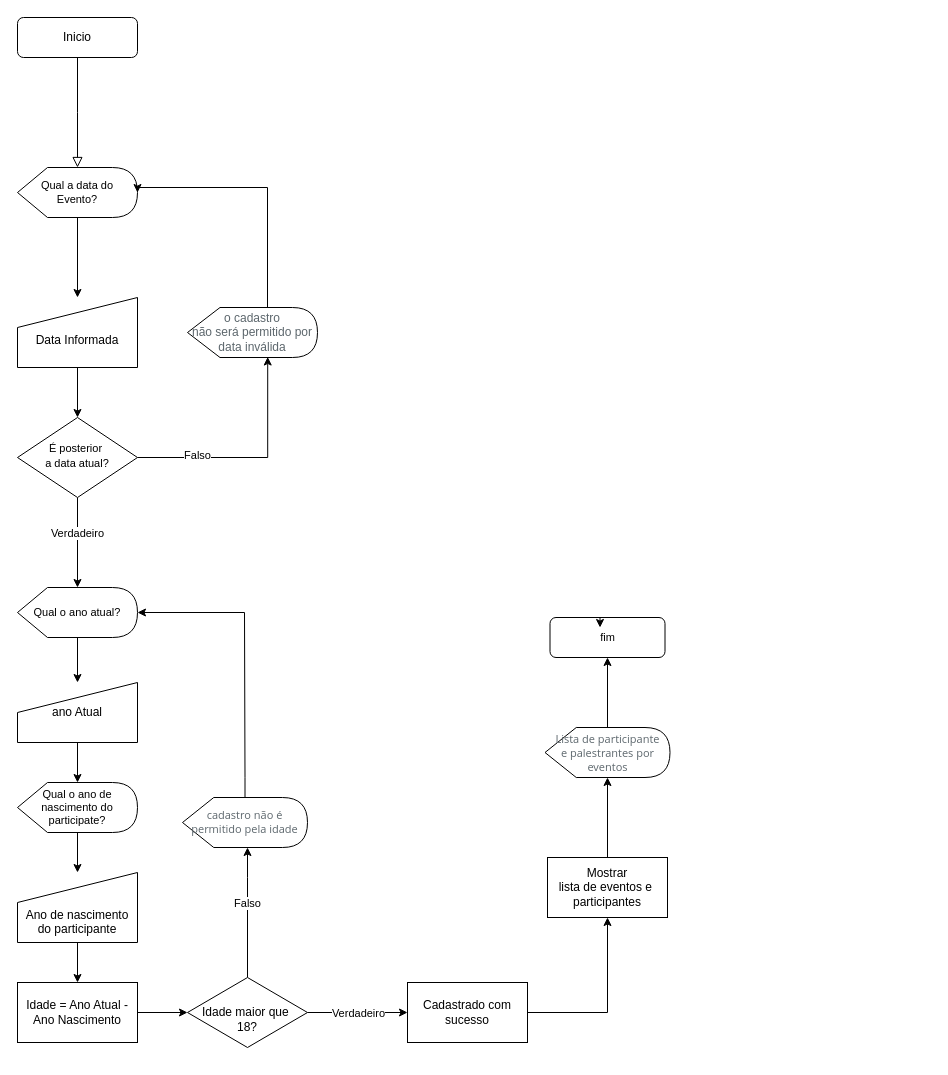
This is Untitled Diagram.drawio from thiagobz/UC8_SistemaDeCadastroDeEvento, a draw.io file, before an edit. Source tidied: cells renumbered, new cells numbered last; positions are measured from the earlier drawing's top-left corner, leaving out a move shared by most shapes. Both pictures are drawn from the tidied source at 100%, with x=0, y=0 at pixel (17, 17).
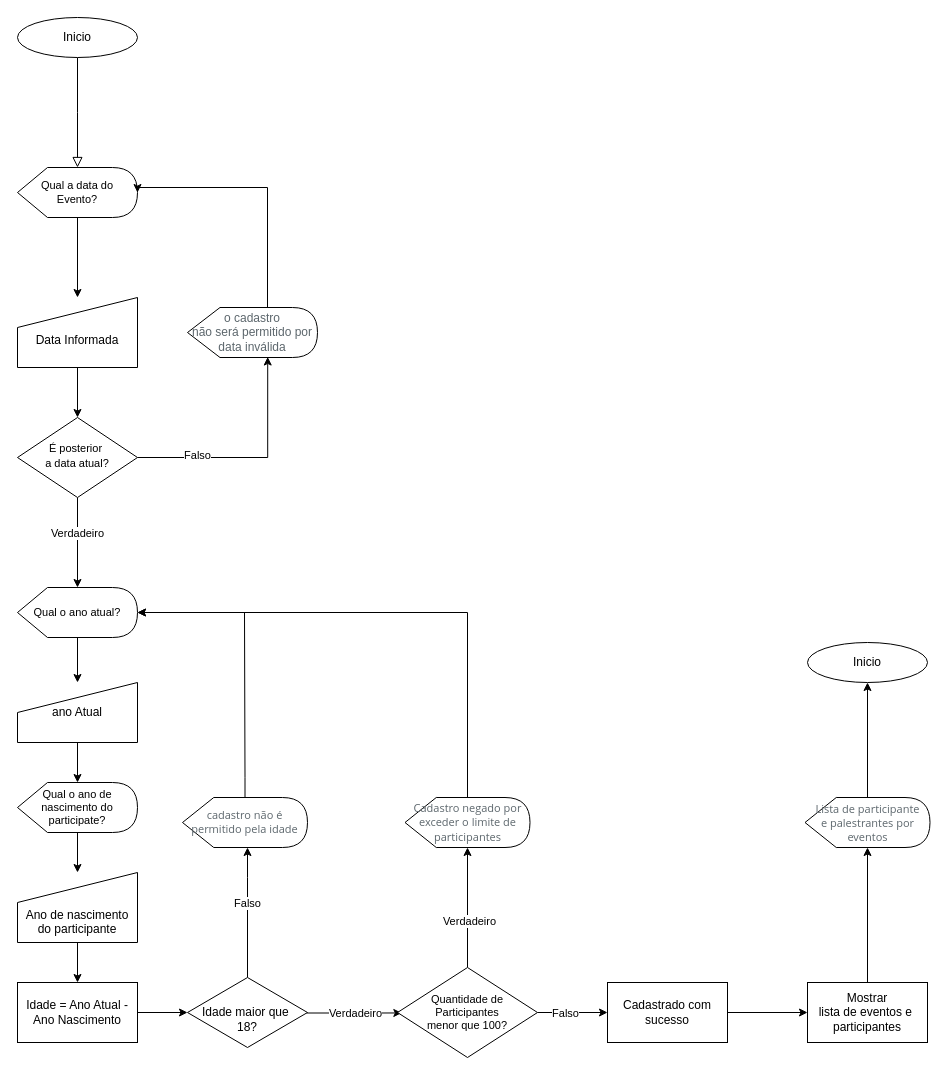
Above is the later version.

Commit message:
Adição da condição de números de participantes

Unchanged cells that the change refers to:
```xml
<mxCell id="18" value="Qual o ano atual?" style="shape=display;whiteSpace=wrap;html=1;fontFamily=Helvetica;fontSize=11;fontColor=rgb(0, 0, 0);align=center;strokeColor=rgb(0, 0, 0);fillColor=rgb(255, 255, 255);" parent="1" vertex="1">
  <mxGeometry y="570" width="120" height="50" as="geometry" />
</mxCell>
<mxCell id="29" value="&lt;br&gt;Idade maior que&amp;nbsp;&lt;br&gt;18?" style="rhombus;whiteSpace=wrap;html=1;" parent="1" vertex="1">
  <mxGeometry x="170" y="960" width="120" height="70" as="geometry" />
</mxCell>
```

Diff of the diagram source:
```diff
@@
-    <mxCell id="3" value="Inicio" style="rounded=1;whiteSpace=wrap;html=1;fontSize=12;glass=0;strokeWidth=1;shadow=0;" parent="1" vertex="1">
+    <mxCell id="3" value="Inicio" style="ellipse;whiteSpace=wrap;html=1;shadow=0;fontFamily=Helvetica;fontSize=12;fontColor=rgb(0, 0, 0);align=center;strokeColor=rgb(0, 0, 0);strokeWidth=1;fillColor=rgb(255, 255, 255);" parent="1" vertex="1">
       <mxGeometry width="120" height="40" as="geometry" />
     </mxCell>
@@
-    <mxCell id="11" value="fim" style="rounded=1;whiteSpace=wrap;html=1;fontSize=11;" parent="1" vertex="1">
-      <mxGeometry x="532.5" y="600" width="115" height="40" as="geometry" />
-    </mxCell>
-    <mxCell id="12" style="edgeStyle=orthogonalEdgeStyle;rounded=0;orthogonalLoop=1;jettySize=auto;html=1;exitX=0.5;exitY=0;exitDx=0;exitDy=0;entryX=0.435;entryY=0.25;entryDx=0;entryDy=0;entryPerimeter=0;fontSize=12;" parent="1" edge="1" source="11" target="11">
-      <mxGeometry relative="1" as="geometry" />
-    </mxCell>
@@
-    <mxCell id="25" style="edgeStyle=orthogonalEdgeStyle;rounded=0;jettySize=auto;html=1;labelBorderColor=none;fontFamily=Helvetica;fontSize=12;" parent="1" edge="1" source="29" target="33">
-      <mxGeometry relative="1" as="geometry" />
+    <mxCell id="25" style="edgeStyle=orthogonalEdgeStyle;rounded=0;jettySize=auto;html=1;labelBorderColor=none;fontFamily=Helvetica;fontSize=12;entryX=0.031;entryY=0.505;entryDx=0;entryDy=0;entryPerimeter=0;" parent="1" edge="1" source="29" target="45">
+      <mxGeometry relative="1" as="geometry">
+        <Array as="points">
+          <mxPoint x="360" y="995" />
+        </Array>
+      </mxGeometry>
     </mxCell>
@@
-    <mxCell id="32" style="edgeStyle=orthogonalEdgeStyle;rounded=0;jettySize=auto;html=1;labelBorderColor=none;fontFamily=Helvetica;fontSize=11;entryX=0.5;entryY=1;entryDx=0;entryDy=0;" parent="1" edge="1" source="33" target="39">
+    <mxCell id="32" style="edgeStyle=orthogonalEdgeStyle;rounded=0;jettySize=auto;html=1;labelBorderColor=none;fontFamily=Helvetica;fontSize=11;entryX=0;entryY=0.5;entryDx=0;entryDy=0;" parent="1" edge="1" source="33" target="39">
       <mxGeometry relative="1" as="geometry">
         <Array as="points">
-          <mxPoint x="590" y="995" />
+          <mxPoint x="680" y="995" />
         </Array>
       </mxGeometry>
     </mxCell>
     <mxCell id="33" value="Cadastrado com&lt;br&gt;sucesso" style="whiteSpace=wrap;html=1;" parent="1" vertex="1">
-      <mxGeometry x="390" y="965" width="120" height="60" as="geometry" />
+      <mxGeometry x="590" y="965" width="120" height="60" as="geometry" />
     </mxCell>
@@
-    <mxCell id="36" style="edgeStyle=orthogonalEdgeStyle;rounded=0;jettySize=auto;html=1;labelBorderColor=none;fontFamily=Helvetica;fontSize=11;" parent="1" edge="1" source="37" target="11">
-      <mxGeometry relative="1" as="geometry" />
-    </mxCell>
+    <mxCell id="40" style="edgeStyle=orthogonalEdgeStyle;rounded=0;jettySize=auto;html=1;labelBorderColor=none;fontFamily=Helvetica;fontSize=11;" parent="1" edge="1" source="37" target="48">
+      <mxGeometry relative="1" as="geometry" />
+    </mxCell>
     <mxCell id="37" value="&lt;div&gt;&lt;span style=&quot;color: rgb(93 , 103 , 109) ; font-family: &amp;#34;open sans&amp;#34; , sans-serif&quot;&gt;Lista de participante&lt;/span&gt;&lt;/div&gt;&lt;font color=&quot;#5d676d&quot; face=&quot;open sans, sans-serif&quot;&gt;&lt;div&gt;&lt;span&gt;e palestrantes por&lt;/span&gt;&lt;/div&gt;&lt;div&gt;&lt;span&gt;eventos&lt;/span&gt;&lt;/div&gt;&lt;/font&gt;" style="shape=display;whiteSpace=wrap;html=1;fontFamily=Helvetica;fontSize=11;fontColor=rgb(0, 0, 0);align=center;strokeColor=rgb(0, 0, 0);fillColor=rgb(255, 255, 255);" parent="1" vertex="1">
-      <mxGeometry x="527.5" y="710" width="125" height="50" as="geometry" />
+      <mxGeometry x="787.5" y="780" width="125" height="50" as="geometry" />
     </mxCell>
@@
     <mxCell id="39" value="Mostrar&lt;br&gt;lista de eventos e&amp;nbsp;&lt;br&gt;participantes" style="rounded=0;whiteSpace=wrap;html=1;fontFamily=Helvetica;fontSize=12;" parent="1" vertex="1">
-      <mxGeometry x="530" y="840" width="120" height="60" as="geometry" />
+      <mxGeometry x="790" y="965" width="120" height="60" as="geometry" />
     </mxCell>
+    <mxCell id="41" style="edgeStyle=orthogonalEdgeStyle;rounded=0;jettySize=auto;html=1;labelBorderColor=none;fontFamily=Helvetica;fontSize=11;" parent="1" edge="1" source="45" target="33">
+      <mxGeometry relative="1" as="geometry" />
+    </mxCell>
+    <mxCell id="42" value="Falso" style="edgeLabel;html=1;align=center;verticalAlign=middle;fontSize=11;fontFamily=Helvetica;" parent="41" vertex="1">
+      <mxGeometry x="-0.22" relative="1" as="geometry" />
+    </mxCell>
+    <mxCell id="43" style="edgeStyle=orthogonalEdgeStyle;rounded=0;jettySize=auto;html=1;labelBorderColor=none;fontFamily=Helvetica;fontSize=11;" parent="1" edge="1" source="45" target="47">
+      <mxGeometry relative="1" as="geometry" />
+    </mxCell>
+    <mxCell id="44" value="Verdadeiro" style="edgeLabel;html=1;align=center;verticalAlign=middle;fontSize=11;fontFamily=Helvetica;" parent="43" vertex="1">
+      <mxGeometry x="-0.22" y="-1" relative="1" as="geometry" />
+    </mxCell>
+    <mxCell id="45" value="Quantidade de Participantes&lt;br&gt;menor que 100?" style="rhombus;whiteSpace=wrap;html=1;fontSize=11;" parent="1" vertex="1">
+      <mxGeometry x="380" y="950" width="140" height="90" as="geometry" />
+    </mxCell>
+    <mxCell id="46" style="edgeStyle=orthogonalEdgeStyle;rounded=0;jettySize=auto;html=1;entryX=1;entryY=0.5;entryDx=0;entryDy=0;entryPerimeter=0;labelBorderColor=none;fontFamily=Helvetica;fontSize=11;" parent="1" edge="1" source="47" target="18">
+      <mxGeometry relative="1" as="geometry">
+        <Array as="points">
+          <mxPoint x="450" y="595" />
+        </Array>
+      </mxGeometry>
+    </mxCell>
+    <mxCell id="47" value="&lt;span style=&quot;color: rgb(93 , 103 , 109) ; font-family: &amp;#34;open sans&amp;#34; , sans-serif&quot;&gt;Cadastro negado por exceder o&amp;nbsp;&lt;/span&gt;&lt;font color=&quot;#5d676d&quot; face=&quot;open sans, sans-serif&quot;&gt;limite de participantes&lt;br&gt;&lt;/font&gt;" style="shape=display;whiteSpace=wrap;html=1;fontFamily=Helvetica;fontSize=11;fontColor=rgb(0, 0, 0);align=center;strokeColor=rgb(0, 0, 0);fillColor=rgb(255, 255, 255);" parent="1" vertex="1">
+      <mxGeometry x="387.5" y="780" width="125" height="50" as="geometry" />
+    </mxCell>
+    <mxCell id="48" value="Inicio" style="ellipse;whiteSpace=wrap;html=1;shadow=0;fontFamily=Helvetica;fontSize=12;fontColor=rgb(0, 0, 0);align=center;strokeColor=rgb(0, 0, 0);strokeWidth=1;fillColor=rgb(255, 255, 255);" parent="1" vertex="1">
+      <mxGeometry x="790" y="625" width="120" height="40" as="geometry" />
+    </mxCell>
```
